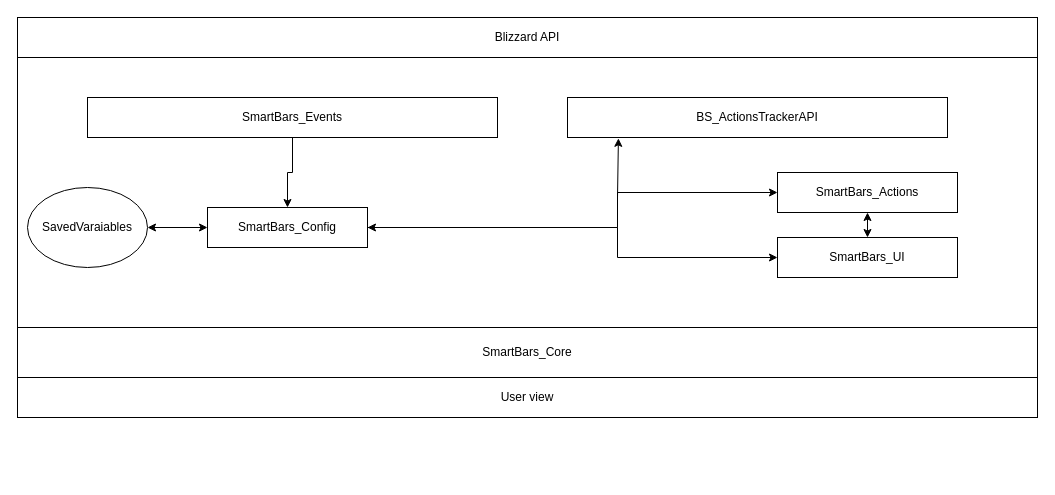
Before: Diagrams/SmartBars_flow.drawio in Beginnerstudios/Smartbars, a draw.io diagram. Source tidied: cells renumbered, new cells numbered last; positions are measured from the earlier drawing's top-left corner, leaving out a move shared by most shapes. Both pictures are drawn from the tidied source at 100%, with x=0, y=0 at pixel (17, 17).
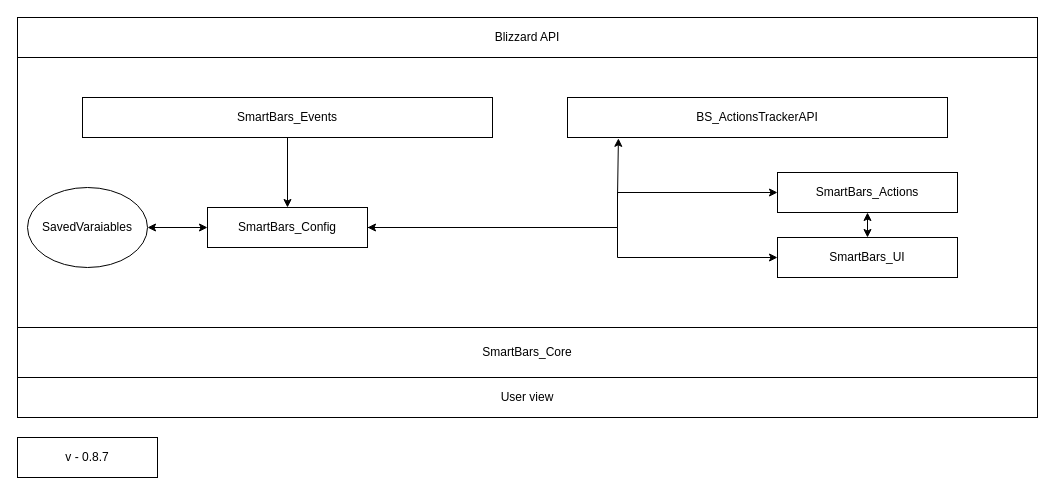
After the change.

Diff of the diagram source:
```diff
@@
     <mxCell id="12" value="&lt;div&gt;SmartBars_Events&lt;/div&gt;" style="rounded=0;whiteSpace=wrap;html=1;" parent="1" vertex="1">
-      <mxGeometry x="70" y="80" width="410" height="40" as="geometry" />
+      <mxGeometry x="65" y="80" width="410" height="40" as="geometry" />
     </mxCell>
@@
+    <mxCell id="18" value="&lt;div&gt;v - 0.8.7&lt;/div&gt;" style="rounded=0;whiteSpace=wrap;html=1;" parent="1" vertex="1">
+      <mxGeometry y="420" width="140" height="40" as="geometry" />
+    </mxCell>
```
